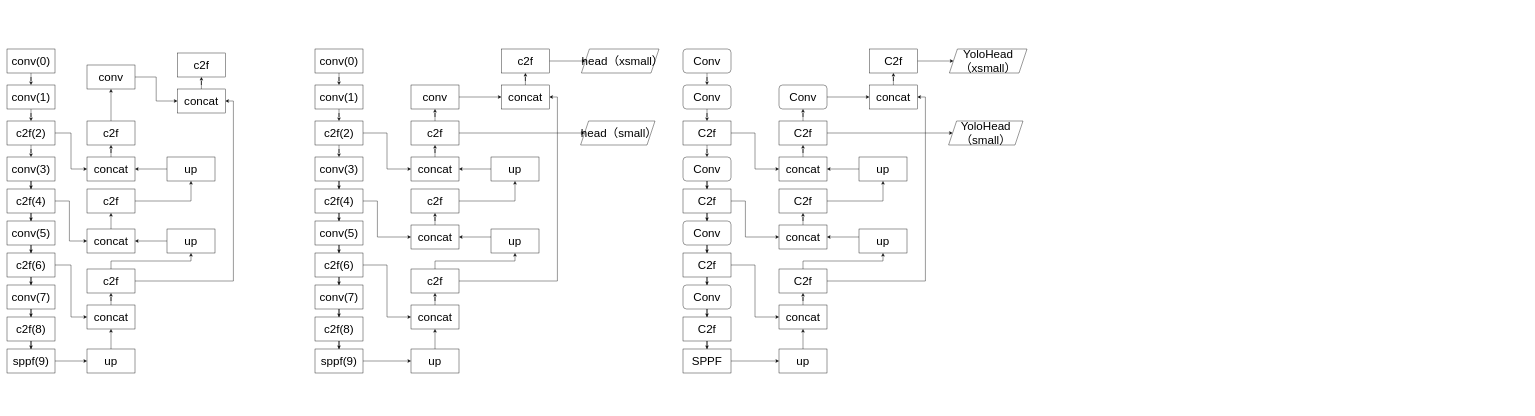
This is yolo.drawio from funkallll/deeplearning, a draw.io file, before an edit. Source tidied: cells renumbered, new cells numbered last; positions are measured from the earlier drawing's top-left corner, leaving out a move shared by most shapes. Both pictures are drawn from the tidied source at 40%, with x=0, y=0 at pixel (7, 49).
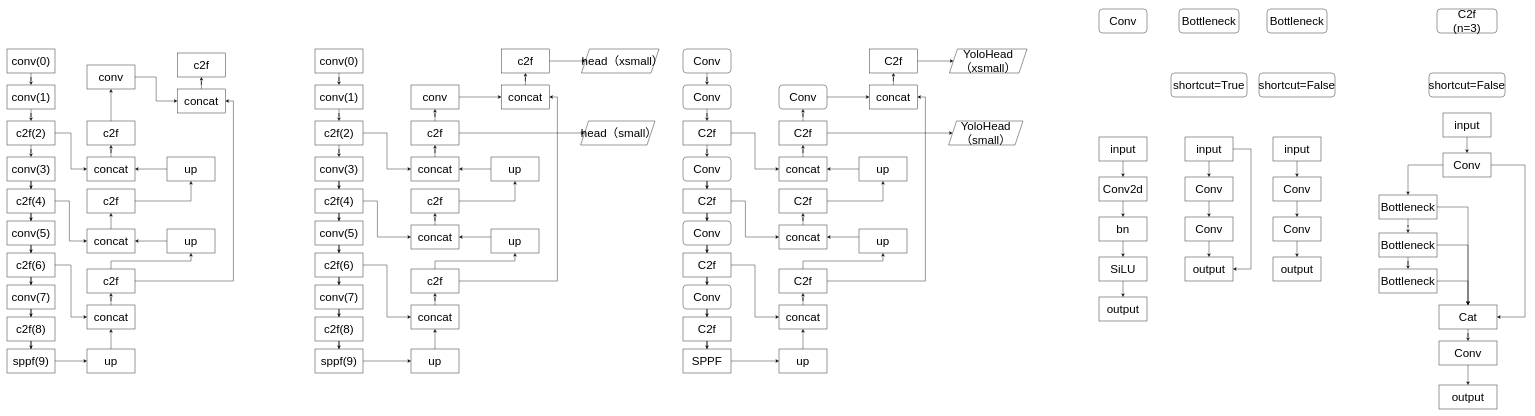
The same diagram, later.

Change to the diagram source:
```diff
@@
+    <mxCell id="151" style="edgeStyle=orthogonalEdgeStyle;rounded=0;jettySize=auto;html=1;" parent="1" edge="1" source="152" target="154">
+      <mxGeometry relative="1" as="geometry" />
+    </mxCell>
+    <mxCell id="152" value="Conv2d" style="rounded=0;whiteSpace=wrap;html=1;fontSize=29;" parent="1" vertex="1">
+      <mxGeometry x="2730" y="320" width="120" height="60" as="geometry" />
+    </mxCell>
+    <mxCell id="153" style="edgeStyle=orthogonalEdgeStyle;rounded=0;jettySize=auto;html=1;" parent="1" edge="1" source="154" target="156">
+      <mxGeometry relative="1" as="geometry" />
+    </mxCell>
+    <mxCell id="154" value="bn" style="rounded=0;whiteSpace=wrap;html=1;fontSize=29;" parent="1" vertex="1">
+      <mxGeometry x="2730" y="420" width="120" height="60" as="geometry" />
+    </mxCell>
+    <mxCell id="155" style="edgeStyle=orthogonalEdgeStyle;rounded=0;jettySize=auto;html=1;" parent="1" edge="1" source="156" target="169">
+      <mxGeometry relative="1" as="geometry" />
+    </mxCell>
+    <mxCell id="156" value="SiLU" style="rounded=0;whiteSpace=wrap;html=1;fontSize=29;" parent="1" vertex="1">
+      <mxGeometry x="2730" y="520" width="120" height="60" as="geometry" />
+    </mxCell>
+    <mxCell id="157" value="Conv" style="rounded=1;whiteSpace=wrap;html=1;fontSize=29;" parent="1" vertex="1">
+      <mxGeometry x="2730" y="-100" width="120" height="60" as="geometry" />
+    </mxCell>
+    <mxCell id="158" value="Bottleneck" style="rounded=1;whiteSpace=wrap;html=1;fontSize=29;" parent="1" vertex="1">
+      <mxGeometry x="2930" y="-100" width="150" height="60" as="geometry" />
+    </mxCell>
+    <mxCell id="159" style="edgeStyle=orthogonalEdgeStyle;rounded=0;jettySize=auto;html=1;" parent="1" edge="1" source="160" target="162">
+      <mxGeometry relative="1" as="geometry" />
+    </mxCell>
+    <mxCell id="160" value="Conv" style="rounded=0;whiteSpace=wrap;html=1;fontSize=29;" parent="1" vertex="1">
+      <mxGeometry x="2945" y="320" width="120" height="60" as="geometry" />
+    </mxCell>
+    <mxCell id="161" style="edgeStyle=orthogonalEdgeStyle;rounded=0;jettySize=auto;html=1;" parent="1" edge="1" source="162" target="163">
+      <mxGeometry relative="1" as="geometry" />
+    </mxCell>
+    <mxCell id="162" value="Conv" style="rounded=0;whiteSpace=wrap;html=1;fontSize=29;" parent="1" vertex="1">
+      <mxGeometry x="2945" y="420" width="120" height="60" as="geometry" />
+    </mxCell>
+    <mxCell id="163" value="output" style="rounded=0;whiteSpace=wrap;html=1;fontSize=29;" parent="1" vertex="1">
+      <mxGeometry x="2945" y="520" width="120" height="60" as="geometry" />
+    </mxCell>
+    <mxCell id="164" style="edgeStyle=orthogonalEdgeStyle;rounded=0;jettySize=auto;html=1;exitX=0.5;exitY=1;exitDx=0;exitDy=0;" parent="1" edge="1" source="165" target="152">
+      <mxGeometry relative="1" as="geometry" />
+    </mxCell>
+    <mxCell id="165" value="input" style="rounded=0;whiteSpace=wrap;html=1;fontSize=29;" parent="1" vertex="1">
+      <mxGeometry x="2730" y="220" width="120" height="60" as="geometry" />
+    </mxCell>
+    <mxCell id="166" style="edgeStyle=orthogonalEdgeStyle;rounded=0;jettySize=auto;html=1;entryX=0.5;entryY=0;entryDx=0;entryDy=0;" parent="1" edge="1" source="168" target="160">
+      <mxGeometry relative="1" as="geometry" />
+    </mxCell>
+    <mxCell id="167" style="edgeStyle=orthogonalEdgeStyle;rounded=0;jettySize=auto;html=1;entryX=1;entryY=0.5;entryDx=0;entryDy=0;" parent="1" edge="1" source="168" target="163">
+      <mxGeometry relative="1" as="geometry">
+        <Array as="points">
+          <mxPoint x="3110" y="250" />
+          <mxPoint x="3110" y="550" />
+        </Array>
+      </mxGeometry>
+    </mxCell>
+    <mxCell id="168" value="input" style="rounded=0;whiteSpace=wrap;html=1;fontSize=29;" parent="1" vertex="1">
+      <mxGeometry x="2945" y="220" width="120" height="60" as="geometry" />
+    </mxCell>
+    <mxCell id="169" value="output" style="rounded=0;whiteSpace=wrap;html=1;fontSize=29;" parent="1" vertex="1">
+      <mxGeometry x="2730" y="620" width="120" height="60" as="geometry" />
+    </mxCell>
+    <mxCell id="170" value="shortcut=True" style="rounded=1;whiteSpace=wrap;html=1;fontSize=29;" parent="1" vertex="1">
+      <mxGeometry x="2910" y="60" width="190" height="60" as="geometry" />
+    </mxCell>
+    <mxCell id="171" value="Bottleneck" style="rounded=1;whiteSpace=wrap;html=1;fontSize=29;" parent="1" vertex="1">
+      <mxGeometry x="3150" y="-100" width="150" height="60" as="geometry" />
+    </mxCell>
+    <mxCell id="172" style="edgeStyle=orthogonalEdgeStyle;rounded=0;jettySize=auto;html=1;" parent="1" edge="1" source="173" target="175">
+      <mxGeometry relative="1" as="geometry" />
+    </mxCell>
+    <mxCell id="173" value="Conv" style="rounded=0;whiteSpace=wrap;html=1;fontSize=29;" parent="1" vertex="1">
+      <mxGeometry x="3165" y="320" width="120" height="60" as="geometry" />
+    </mxCell>
+    <mxCell id="174" style="edgeStyle=orthogonalEdgeStyle;rounded=0;jettySize=auto;html=1;" parent="1" edge="1" source="175" target="176">
+      <mxGeometry relative="1" as="geometry" />
+    </mxCell>
+    <mxCell id="175" value="Conv" style="rounded=0;whiteSpace=wrap;html=1;fontSize=29;" parent="1" vertex="1">
+      <mxGeometry x="3165" y="420" width="120" height="60" as="geometry" />
+    </mxCell>
+    <mxCell id="176" value="output" style="rounded=0;whiteSpace=wrap;html=1;fontSize=29;" parent="1" vertex="1">
+      <mxGeometry x="3165" y="520" width="120" height="60" as="geometry" />
+    </mxCell>
+    <mxCell id="177" style="edgeStyle=orthogonalEdgeStyle;rounded=0;jettySize=auto;html=1;entryX=0.5;entryY=0;entryDx=0;entryDy=0;" parent="1" edge="1" source="178" target="173">
+      <mxGeometry relative="1" as="geometry" />
+    </mxCell>
+    <mxCell id="178" value="input" style="rounded=0;whiteSpace=wrap;html=1;fontSize=29;" parent="1" vertex="1">
+      <mxGeometry x="3165" y="220" width="120" height="60" as="geometry" />
+    </mxCell>
+    <mxCell id="179" value="shortcut=False" style="rounded=1;whiteSpace=wrap;html=1;fontSize=29;" parent="1" vertex="1">
+      <mxGeometry x="3130" y="60" width="190" height="60" as="geometry" />
+    </mxCell>
+    <mxCell id="180" value="C2f&lt;br&gt;(n=3)" style="rounded=1;whiteSpace=wrap;html=1;fontSize=29;" parent="1" vertex="1">
+      <mxGeometry x="3575" y="-100" width="150" height="60" as="geometry" />
+    </mxCell>
+    <mxCell id="181" value="shortcut=False" style="rounded=1;whiteSpace=wrap;html=1;fontSize=29;" parent="1" vertex="1">
+      <mxGeometry x="3555" y="60" width="190" height="60" as="geometry" />
+    </mxCell>
+    <mxCell id="182" style="edgeStyle=orthogonalEdgeStyle;rounded=0;jettySize=auto;html=1;" parent="1" edge="1" source="184" target="189">
+      <mxGeometry relative="1" as="geometry" />
+    </mxCell>
+    <mxCell id="183" style="edgeStyle=orthogonalEdgeStyle;rounded=0;jettySize=auto;html=1;entryX=1;entryY=0.5;entryDx=0;entryDy=0;" parent="1" edge="1" source="184" target="191">
+      <mxGeometry relative="1" as="geometry">
+        <Array as="points">
+          <mxPoint x="3795" y="290" />
+          <mxPoint x="3795" y="670" />
+        </Array>
+      </mxGeometry>
+    </mxCell>
+    <mxCell id="184" value="Conv" style="rounded=0;whiteSpace=wrap;html=1;fontSize=29;" parent="1" vertex="1">
+      <mxGeometry x="3590" y="260" width="120" height="60" as="geometry" />
+    </mxCell>
+    <mxCell id="185" style="edgeStyle=orthogonalEdgeStyle;rounded=0;jettySize=auto;html=1;entryX=0.5;entryY=0;entryDx=0;entryDy=0;" parent="1" edge="1" source="186" target="184">
+      <mxGeometry relative="1" as="geometry" />
+    </mxCell>
+    <mxCell id="186" value="input" style="rounded=0;whiteSpace=wrap;html=1;fontSize=29;" parent="1" vertex="1">
+      <mxGeometry x="3590" y="160" width="120" height="60" as="geometry" />
+    </mxCell>
+    <mxCell id="187" style="edgeStyle=orthogonalEdgeStyle;rounded=0;jettySize=auto;html=1;" parent="1" edge="1" source="189" target="194">
+      <mxGeometry relative="1" as="geometry" />
+    </mxCell>
+    <mxCell id="188" style="edgeStyle=orthogonalEdgeStyle;rounded=0;jettySize=auto;html=1;entryX=0.5;entryY=0;entryDx=0;entryDy=0;" parent="1" edge="1" source="189" target="191">
+      <mxGeometry relative="1" as="geometry" />
+    </mxCell>
+    <mxCell id="189" value="Bottleneck" style="rounded=0;whiteSpace=wrap;html=1;fontSize=29;" parent="1" vertex="1">
+      <mxGeometry x="3430" y="365" width="145" height="60" as="geometry" />
+    </mxCell>
+    <mxCell id="190" style="edgeStyle=orthogonalEdgeStyle;rounded=0;jettySize=auto;html=1;" parent="1" edge="1" source="191" target="198">
+      <mxGeometry relative="1" as="geometry" />
+    </mxCell>
+    <mxCell id="191" value="Cat" style="rounded=0;whiteSpace=wrap;html=1;fontSize=29;" parent="1" vertex="1">
+      <mxGeometry x="3580" y="640" width="145" height="60" as="geometry" />
+    </mxCell>
+    <mxCell id="192" style="edgeStyle=orthogonalEdgeStyle;rounded=0;jettySize=auto;html=1;" parent="1" edge="1" source="194" target="196">
+      <mxGeometry relative="1" as="geometry" />
+    </mxCell>
+    <mxCell id="193" style="edgeStyle=orthogonalEdgeStyle;rounded=0;jettySize=auto;html=1;entryX=0.5;entryY=0;entryDx=0;entryDy=0;" parent="1" edge="1" source="194" target="191">
+      <mxGeometry relative="1" as="geometry" />
+    </mxCell>
+    <mxCell id="194" value="Bottleneck" style="rounded=0;whiteSpace=wrap;html=1;fontSize=29;" parent="1" vertex="1">
+      <mxGeometry x="3430" y="460" width="145" height="60" as="geometry" />
+    </mxCell>
+    <mxCell id="195" style="edgeStyle=orthogonalEdgeStyle;rounded=0;jettySize=auto;html=1;entryX=0.5;entryY=0;entryDx=0;entryDy=0;" parent="1" edge="1" source="196" target="191">
+      <mxGeometry relative="1" as="geometry" />
+    </mxCell>
+    <mxCell id="196" value="Bottleneck" style="rounded=0;whiteSpace=wrap;html=1;fontSize=29;" parent="1" vertex="1">
+      <mxGeometry x="3430" y="550" width="145" height="60" as="geometry" />
+    </mxCell>
+    <mxCell id="197" style="edgeStyle=orthogonalEdgeStyle;rounded=0;jettySize=auto;html=1;" parent="1" edge="1" source="198" target="199">
+      <mxGeometry relative="1" as="geometry" />
+    </mxCell>
+    <mxCell id="198" value="Conv" style="rounded=0;whiteSpace=wrap;html=1;fontSize=29;" parent="1" vertex="1">
+      <mxGeometry x="3580" y="730" width="145" height="60" as="geometry" />
+    </mxCell>
+    <mxCell id="199" value="output" style="rounded=0;whiteSpace=wrap;html=1;fontSize=29;" parent="1" vertex="1">
+      <mxGeometry x="3580" y="840" width="145" height="60" as="geometry" />
+    </mxCell>
```
